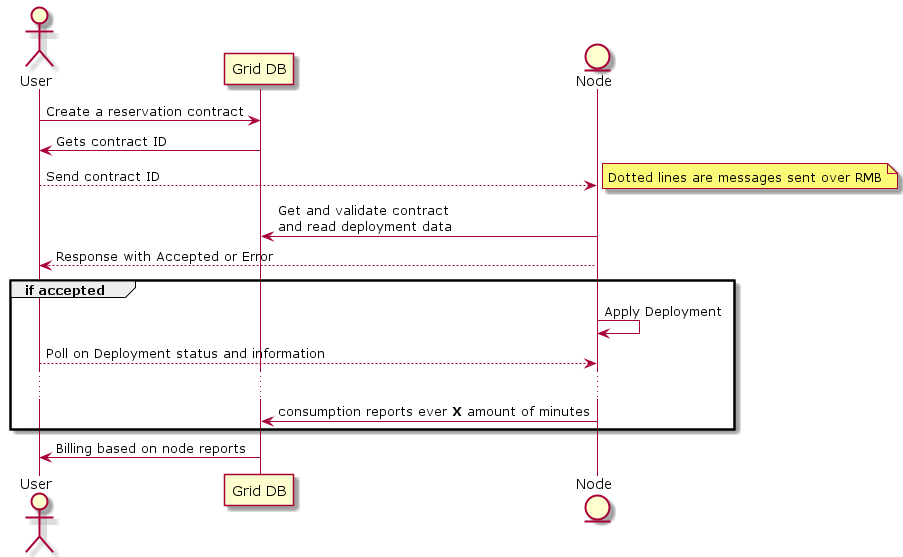
Before: specs/grid3/png/sequence.png, a diagram exported from PlantUML (threefoldtech/zos).
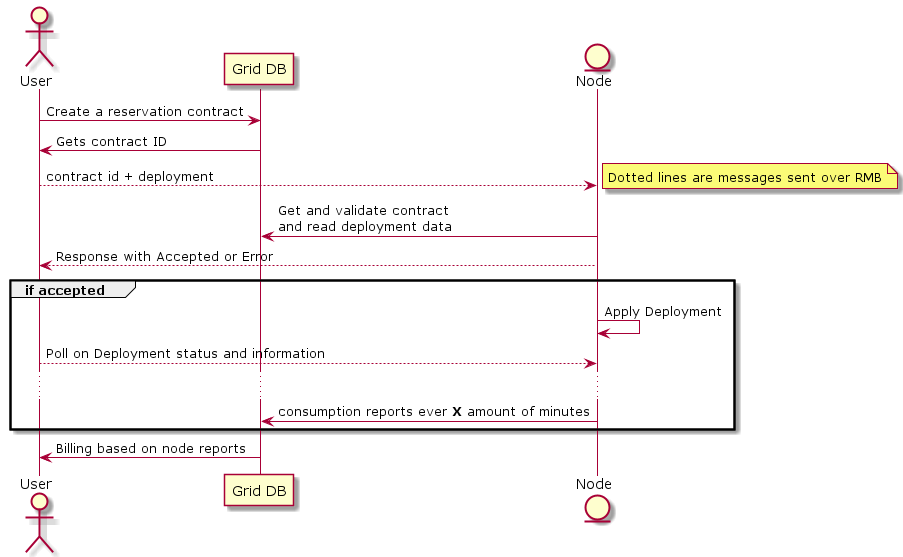
Later version of the same file.

Change to the diagram source:
```diff
@@ -5,7 +5,7 @@
 
 user -> db: Create a reservation contract
 db -> user: Gets contract ID
-user --> node: Send contract ID
+user --> node: contract id + deployment
 note right
     Dotted lines are messages sent over RMB
 end note
```
